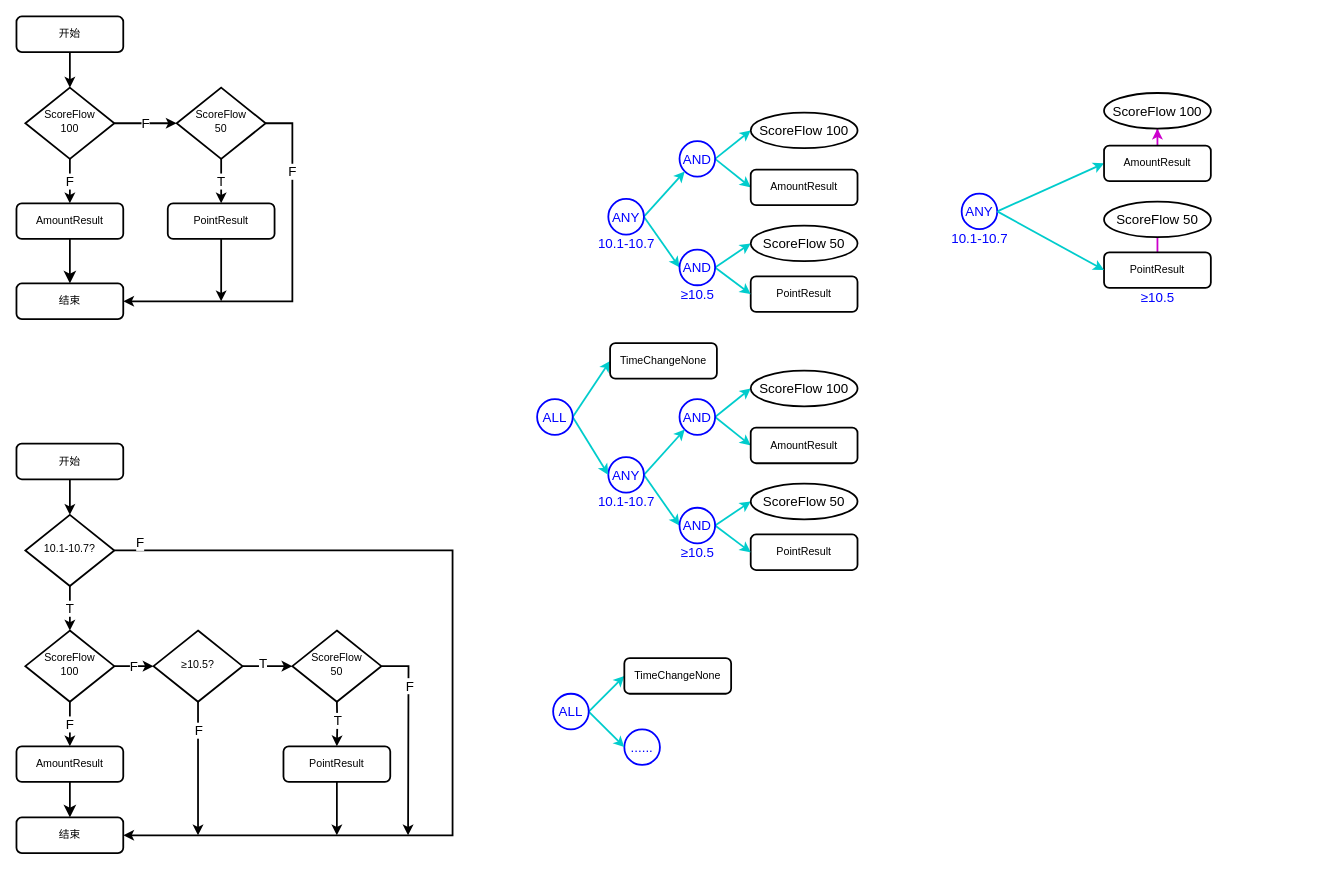
Above: Baikal Diagram.drawio in 2015java/baikal (draw.io), before the change. Source tidied: cells renumbered, new cells numbered last; positions are measured from the earlier drawing's top-left corner, leaving out a move shared by most shapes. Both pictures are drawn from the tidied source at 89%, with x=0, y=0 at pixel (16, 16).
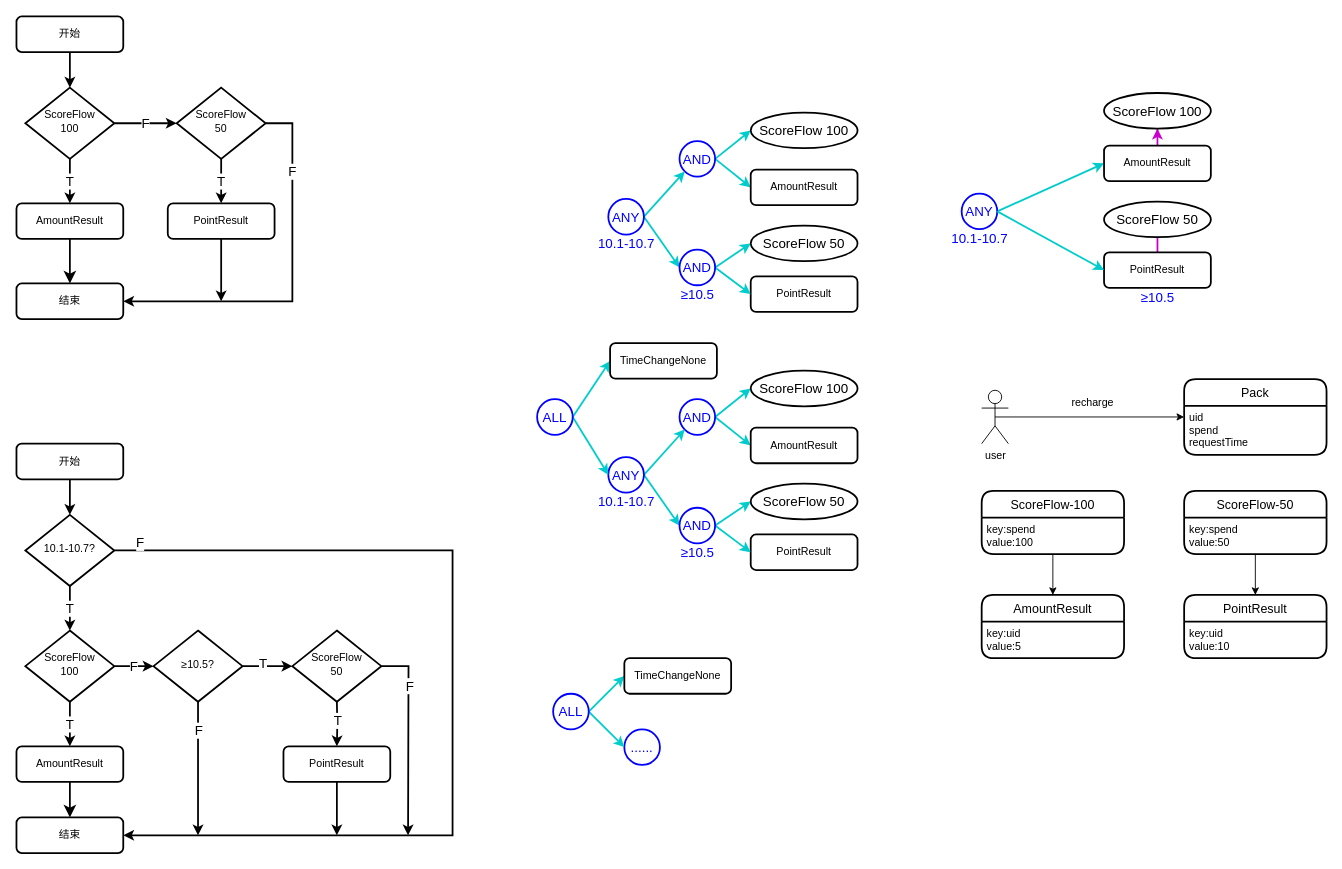
Above is the later version.

Unchanged cells that the change refers to:
```xml
<mxCell id="7" value="ScoreFlow&lt;br&gt;100" style="rhombus;whiteSpace=wrap;html=1;shadow=0;fontFamily=Helvetica;fontSize=12;align=center;strokeWidth=2;spacing=6;spacingTop=-4;" parent="1" vertex="1">
  <mxGeometry x="10" y="690" width="100" height="80" as="geometry" />
</mxCell>
<mxCell id="10" value="AmountResult" style="rounded=1;whiteSpace=wrap;html=1;fontSize=12;glass=0;strokeWidth=2;shadow=0;" parent="1" vertex="1">
  <mxGeometry y="820" width="120" height="40" as="geometry" />
</mxCell>
<mxCell id="23" value="ScoreFlow&lt;br&gt;100" style="rhombus;whiteSpace=wrap;html=1;shadow=0;fontFamily=Helvetica;fontSize=12;align=center;strokeWidth=2;spacing=6;spacingTop=-4;spacingBottom=0;fontStyle=0;" parent="1" vertex="1">
  <mxGeometry x="10" y="80" width="100" height="80" as="geometry" />
</mxCell>
<mxCell id="26" value="AmountResult" style="rounded=1;whiteSpace=wrap;html=1;fontSize=12;glass=0;strokeWidth=2;shadow=0;spacingBottom=0;fontStyle=0;" parent="1" vertex="1">
  <mxGeometry y="210" width="120" height="40" as="geometry" />
</mxCell>
```

Diff of the diagram source:
```diff
@@
-    <mxCell id="4" value="F" style="edgeStyle=orthogonalEdgeStyle;rounded=0;jettySize=auto;html=1;endArrow=classic;endFill=1;strokeColor=#000000;spacing=3;fontSize=15;strokeWidth=2;" parent="1" edge="1" source="7" target="10">
+    <mxCell id="4" value="T" style="edgeStyle=orthogonalEdgeStyle;rounded=0;jettySize=auto;html=1;endArrow=classic;endFill=1;strokeColor=#000000;spacing=3;fontSize=15;strokeWidth=2;" parent="1" edge="1" source="7" target="10">
       <mxGeometry relative="1" as="geometry" />
     </mxCell>
@@
-    <mxCell id="22" value="F" style="edgeStyle=orthogonalEdgeStyle;rounded=0;jettySize=auto;html=1;endArrow=classic;endFill=1;strokeColor=#000000;spacing=3;fontSize=15;spacingBottom=0;fontStyle=0;strokeWidth=2;" parent="1" edge="1" source="23" target="26">
+    <mxCell id="22" value="T" style="edgeStyle=orthogonalEdgeStyle;rounded=0;jettySize=auto;html=1;endArrow=classic;endFill=1;strokeColor=#000000;spacing=3;fontSize=15;spacingBottom=0;fontStyle=0;strokeWidth=2;" parent="1" edge="1" source="23" target="26">
       <mxGeometry relative="1" as="geometry" />
     </mxCell>
@@
+    <mxCell id="93" style="edgeStyle=orthogonalEdgeStyle;rounded=0;jettySize=auto;html=1;exitX=0.5;exitY=0.5;exitDx=0;exitDy=0;exitPerimeter=0;entryX=0;entryY=0.5;entryDx=0;entryDy=0;" parent="1" edge="1" source="94" target="95">
+      <mxGeometry relative="1" as="geometry" />
+    </mxCell>
+    <mxCell id="94" value="user" style="shape=umlActor;verticalLabelPosition=bottom;verticalAlign=top;html=1;outlineConnect=0;" parent="1" vertex="1">
+      <mxGeometry x="1084.5" y="420" width="30" height="60" as="geometry" />
+    </mxCell>
+    <mxCell id="95" value="Pack" style="swimlane;horizontal=1;startSize=30;rounded=1;fontSize=14;fontStyle=0;strokeWidth=2;shadow=0;dashed=0;align=center;" parent="1" vertex="1">
+      <mxGeometry x="1312" y="407.5" width="160" height="85" as="geometry" />
+    </mxCell>
+    <mxCell id="96" value="uid&#10;spend&#10;requestTime" style="align=left;strokeColor=none;fillColor=none;spacingLeft=4;fontSize=12;verticalAlign=top;" parent="95" vertex="1">
+      <mxGeometry y="30" width="160" height="55" as="geometry" />
+    </mxCell>
+    <mxCell id="97" value="AmountResult" style="swimlane;horizontal=1;startSize=30;rounded=1;fontSize=14;fontStyle=0;strokeWidth=2;shadow=0;dashed=0;align=center;" parent="1" vertex="1">
+      <mxGeometry x="1084.5" y="650" width="160" height="71" as="geometry" />
+    </mxCell>
+    <mxCell id="98" value="key:uid&#10;value:5" style="align=left;strokeColor=none;fillColor=none;spacingLeft=4;fontSize=12;verticalAlign=top;" parent="97" vertex="1">
+      <mxGeometry y="30" width="160" height="41" as="geometry" />
+    </mxCell>
+    <mxCell id="99" value="PointResult" style="swimlane;horizontal=1;startSize=30;rounded=1;fontSize=14;fontStyle=0;strokeWidth=2;shadow=0;dashed=0;align=center;" parent="1" vertex="1">
+      <mxGeometry x="1312" y="650" width="160" height="71" as="geometry" />
+    </mxCell>
+    <mxCell id="100" value="key:uid&#10;value:10" style="align=left;strokeColor=none;fillColor=none;spacingLeft=4;fontSize=12;verticalAlign=top;" parent="99" vertex="1">
+      <mxGeometry y="30" width="160" height="41" as="geometry" />
+    </mxCell>
+    <mxCell id="101" value="ScoreFlow-100" style="swimlane;horizontal=1;startSize=30;rounded=1;fontSize=14;fontStyle=0;strokeWidth=2;shadow=0;dashed=0;align=center;" parent="1" vertex="1">
+      <mxGeometry x="1084.5" y="533" width="160" height="71" as="geometry" />
+    </mxCell>
+    <mxCell id="102" value="key:spend&#10;value:100" style="align=left;strokeColor=none;fillColor=none;spacingLeft=4;fontSize=12;verticalAlign=top;" parent="101" vertex="1">
+      <mxGeometry y="30" width="160" height="41" as="geometry" />
+    </mxCell>
+    <mxCell id="103" value="ScoreFlow-50" style="swimlane;horizontal=1;startSize=30;rounded=1;fontSize=14;fontStyle=0;strokeWidth=2;shadow=0;dashed=0;align=center;" parent="1" vertex="1">
+      <mxGeometry x="1312" y="533" width="160" height="71" as="geometry" />
+    </mxCell>
+    <mxCell id="104" value="key:spend&#10;value:50" style="align=left;strokeColor=none;fillColor=none;spacingLeft=4;fontSize=12;verticalAlign=top;" parent="103" vertex="1">
+      <mxGeometry y="30" width="160" height="41" as="geometry" />
+    </mxCell>
+    <mxCell id="105" value="recharge" style="text;html=1;align=center;verticalAlign=middle;" parent="1" vertex="1">
+      <mxGeometry x="1180" y="425" width="57" height="18" as="geometry" />
+    </mxCell>
+    <mxCell id="106" style="edgeStyle=orthogonalEdgeStyle;rounded=0;jettySize=auto;html=1;exitX=0.5;exitY=1;exitDx=0;exitDy=0;entryX=0.5;entryY=0;entryDx=0;entryDy=0;" parent="1" edge="1" source="102" target="97">
+      <mxGeometry relative="1" as="geometry" />
+    </mxCell>
+    <mxCell id="107" style="edgeStyle=orthogonalEdgeStyle;rounded=0;jettySize=auto;html=1;exitX=0.5;exitY=1;exitDx=0;exitDy=0;entryX=0.5;entryY=0;entryDx=0;entryDy=0;" parent="1" edge="1" source="104" target="99">
+      <mxGeometry relative="1" as="geometry" />
+    </mxCell>
```
